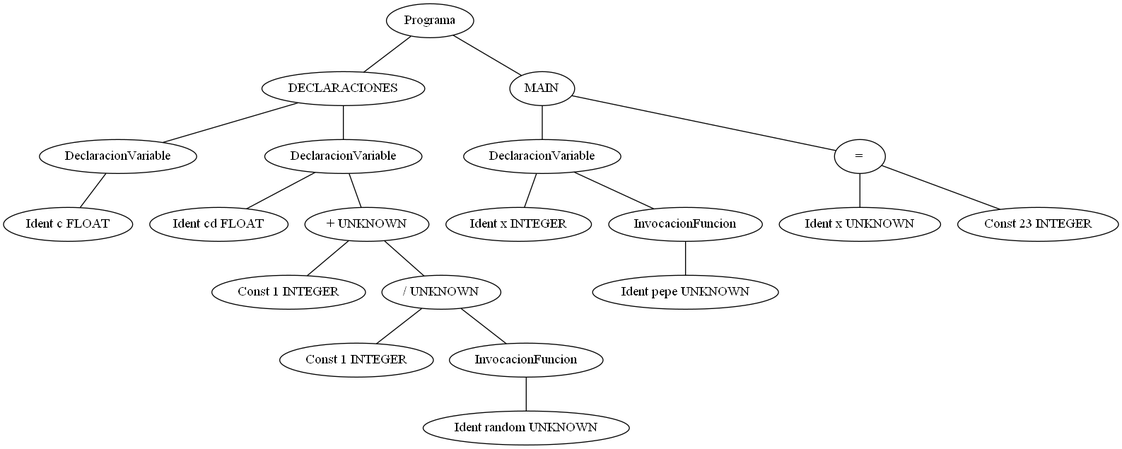
Mdimase/compilador keeps this Graphviz diagram as arbol.png. Above is the earlier version. Its source is kept beside it as arbol.dot. Its diagram source:
```dot
graph G {1 [label="Programa"]
2 [label="DECLARACIONES"]
1 -- 2
3 [label="DeclaracionVariable"]
2 -- 3
5 [label="Ident c FLOAT"]
3 -- 5
6 [label="DeclaracionVariable"]
2 -- 6
7 [label="Ident cd FLOAT"]
6 -- 7
8 [label="+ UNKNOWN"]
6 -- 8
9 [label="Const 1 INTEGER"]
8 -- 9
10 [label="/ UNKNOWN"]
8 -- 10
11 [label="Const 1 INTEGER"]
10 -- 11
12 [label="InvocacionFuncion"]
10 -- 12
13 [label="Ident random UNKNOWN"]
12 -- 13
14 [label="MAIN"]
1 -- 14
15 [label="DeclaracionVariable"]
14 -- 15
16 [label="Ident x INTEGER"]
15 -- 16
17 [label="InvocacionFuncion"]
15 -- 17
18 [label="Ident pepe UNKNOWN"]
17 -- 18
19 [label="="]
14 -- 19
20 [label="Ident x UNKNOWN"]
19 -- 20
21 [label="Const 23 INTEGER"]
19 -- 21
}
```
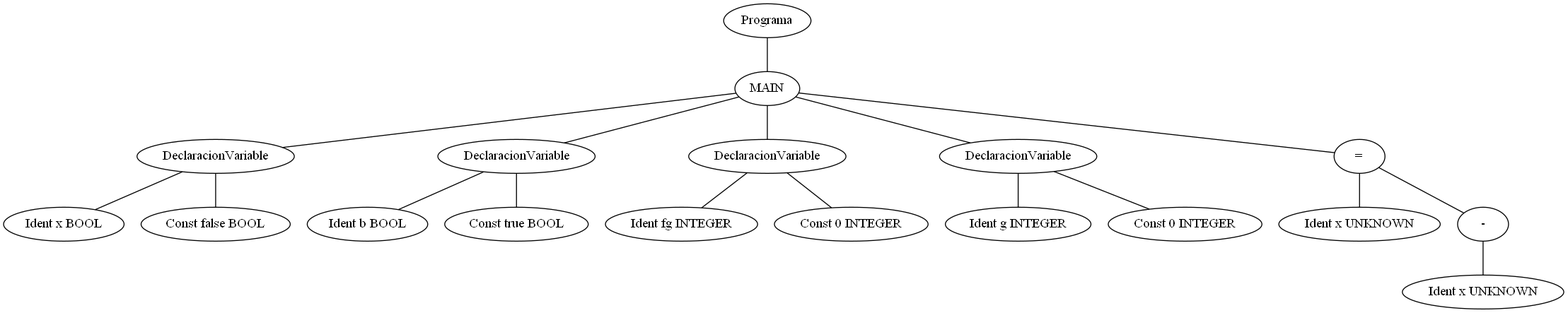
Above is the later version.

What changed in the source:
```diff
@@ -1,40 +1,36 @@
 graph G {1 [label="Programa"]
-2 [label="DECLARACIONES"]
+2 [label="MAIN"]
 1 -- 2
 3 [label="DeclaracionVariable"]
 2 -- 3
-5 [label="Ident c FLOAT"]
+4 [label="Ident x BOOL"]
+3 -- 4
+5 [label="Const false BOOL"]
 3 -- 5
 6 [label="DeclaracionVariable"]
 2 -- 6
-7 [label="Ident cd FLOAT"]
+7 [label="Ident b BOOL"]
 6 -- 7
-8 [label="+ UNKNOWN"]
+8 [label="Const true BOOL"]
 6 -- 8
-9 [label="Const 1 INTEGER"]
-8 -- 9
-10 [label="/ UNKNOWN"]
-8 -- 10
-11 [label="Const 1 INTEGER"]
-10 -- 11
-12 [label="InvocacionFuncion"]
-10 -- 12
-13 [label="Ident random UNKNOWN"]
+9 [label="DeclaracionVariable"]
+2 -- 9
+10 [label="Ident fg INTEGER"]
+9 -- 10
+11 [label="Const 0 INTEGER"]
+9 -- 11
+12 [label="DeclaracionVariable"]
+2 -- 12
+13 [label="Ident g INTEGER"]
 12 -- 13
-14 [label="MAIN"]
-1 -- 14
-15 [label="DeclaracionVariable"]
-14 -- 15
-16 [label="Ident x INTEGER"]
+14 [label="Const 0 INTEGER"]
+12 -- 14
+15 [label="="]
+2 -- 15
+16 [label="Ident x UNKNOWN"]
 15 -- 16
-17 [label="InvocacionFuncion"]
+17 [label="-"]
 15 -- 17
-18 [label="Ident pepe UNKNOWN"]
+18 [label="Ident x UNKNOWN"]
 17 -- 18
-19 [label="="]
-14 -- 19
-20 [label="Ident x UNKNOWN"]
-19 -- 20
-21 [label="Const 23 INTEGER"]
-19 -- 21
 }
```
